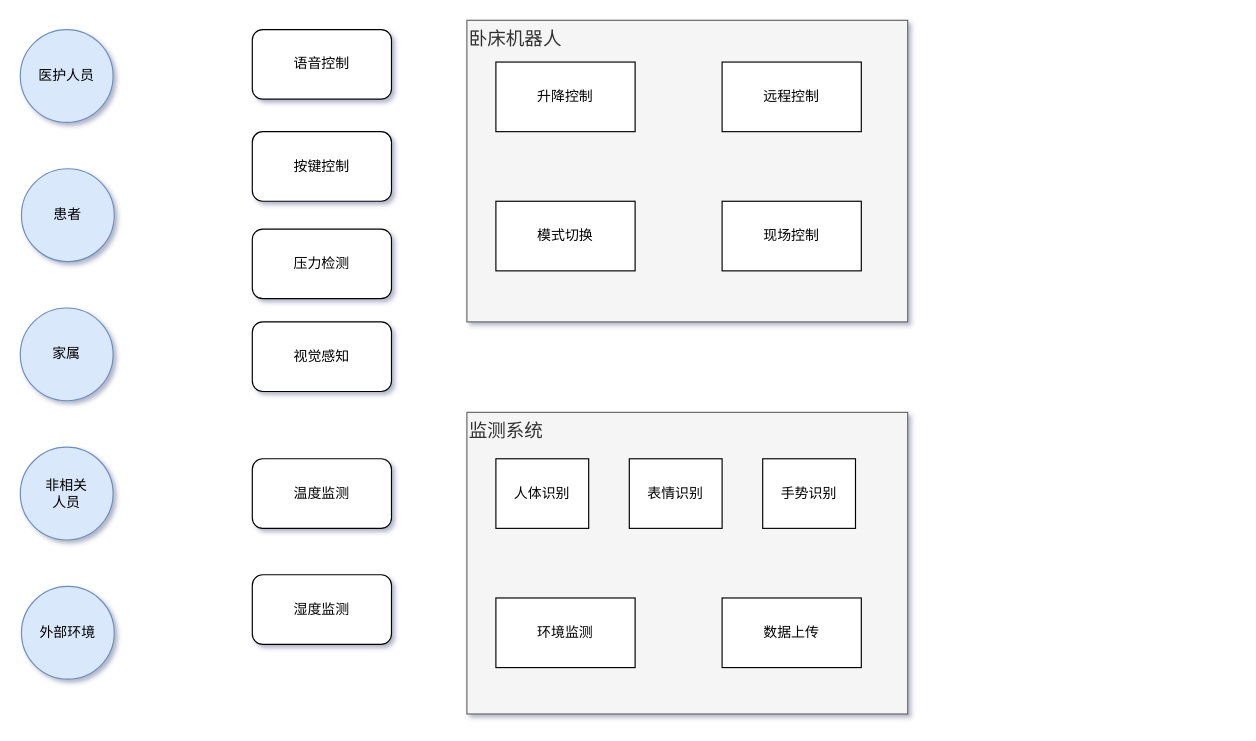
This is 对象关系图.drawio from colinchern/doodle, a draw.io file, before an edit. Source tidied: cells renumbered, new cells numbered last; positions are measured from the earlier drawing's top-left corner, leaving out a move shared by most shapes. Both pictures are drawn from the tidied source at 116%, with x=0, y=0 at pixel (20, 20).
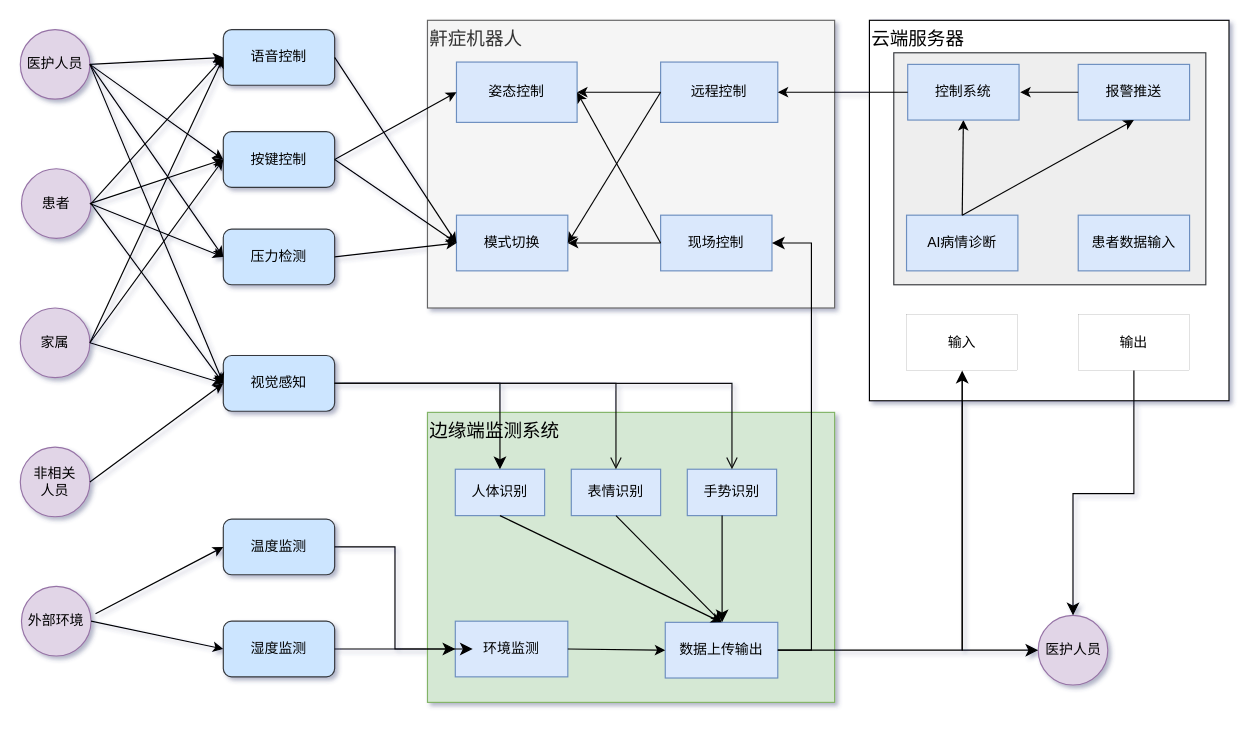
The same page after the edit.

Commit message:
更新对象关系图.drawio

The edit, as a diff of the source:
```diff
@@
+    <mxCell id="24" value="&lt;font style=&quot;font-size: 16px;&quot;&gt;云端服务器&lt;/font&gt;" style="rounded=0;whiteSpace=wrap;html=1;align=left;verticalAlign=top;" parent="1" vertex="1">
+      <mxGeometry x="732" width="310" height="328" as="geometry" />
+    </mxCell>
+    <mxCell id="25" style="rounded=0;whiteSpace=wrap;html=1;align=left;verticalAlign=top;fillColor=#eeeeee;strokeColor=#36393d;" parent="1" vertex="1">
+      <mxGeometry x="753" y="28" width="269" height="200" as="geometry" />
+    </mxCell>
-    <mxCell id="2" value="&lt;font style=&quot;font-size: 16px;&quot;&gt;监测系统&lt;/font&gt;" style="rounded=0;whiteSpace=wrap;html=1;fillColor=#f5f5f5;fontColor=#333333;strokeColor=#666666;align=left;verticalAlign=top;" parent="1" vertex="1">
-      <mxGeometry x="385" y="338" width="380" height="260" as="geometry" />
+    <mxCell id="2" value="&lt;font style=&quot;font-size: 16px;&quot;&gt;边缘端监测系统&lt;/font&gt;" style="rounded=0;whiteSpace=wrap;html=1;fillColor=#d5e8d4;strokeColor=#82b366;align=left;verticalAlign=top;" parent="1" vertex="1">
+      <mxGeometry x="351" y="338" width="351" height="250" as="geometry" />
     </mxCell>
-    <mxCell id="3" value="&lt;font style=&quot;font-size: 16px;&quot;&gt;卧床机器人&lt;/font&gt;" style="rounded=0;whiteSpace=wrap;html=1;fillColor=#f5f5f5;fontColor=#333333;strokeColor=#666666;align=left;verticalAlign=top;" parent="1" vertex="1">
-      <mxGeometry x="385" width="380" height="260" as="geometry" />
+    <mxCell id="3" value="&lt;font style=&quot;font-size: 16px;&quot;&gt;鼾症机器人&lt;/font&gt;" style="rounded=0;whiteSpace=wrap;html=1;fillColor=#f5f5f5;fontColor=#333333;strokeColor=#666666;align=left;verticalAlign=top;" parent="1" vertex="1">
+      <mxGeometry x="351" width="351" height="248" as="geometry" />
     </mxCell>
-    <mxCell id="4" value="医护人员" style="ellipse;whiteSpace=wrap;html=1;fillColor=#dae8fc;strokeColor=#6c8ebf;" parent="1" vertex="1">
-      <mxGeometry y="8" width="80" height="80" as="geometry" />
+    <mxCell id="4" value="医护人员" style="ellipse;whiteSpace=wrap;html=1;fillColor=#e1d5e7;strokeColor=#9673a6;" parent="1" vertex="1">
+      <mxGeometry y="8" width="60" height="60" as="geometry" />
     </mxCell>
-    <mxCell id="5" value="家属" style="ellipse;whiteSpace=wrap;html=1;fillColor=#dae8fc;strokeColor=#6c8ebf;" parent="1" vertex="1">
-      <mxGeometry y="248" width="80" height="80" as="geometry" />
+    <mxCell id="5" value="家属" style="ellipse;whiteSpace=wrap;html=1;fillColor=#e1d5e7;strokeColor=#9673a6;" parent="1" vertex="1">
+      <mxGeometry y="248" width="60" height="60" as="geometry" />
     </mxCell>
-    <mxCell id="6" value="患者" style="ellipse;whiteSpace=wrap;html=1;fillColor=#dae8fc;strokeColor=#6c8ebf;" parent="1" vertex="1">
-      <mxGeometry x="1" y="128" width="80" height="80" as="geometry" />
+    <mxCell id="6" value="患者" style="ellipse;whiteSpace=wrap;html=1;fillColor=#e1d5e7;strokeColor=#9673a6;" parent="1" vertex="1">
+      <mxGeometry x="1" y="128" width="60" height="60" as="geometry" />
     </mxCell>
-    <mxCell id="7" value="&lt;div&gt;非相关&lt;/div&gt;&lt;div&gt;人员&lt;/div&gt;" style="ellipse;whiteSpace=wrap;html=1;fillColor=#dae8fc;strokeColor=#6c8ebf;" parent="1" vertex="1">
-      <mxGeometry y="368" width="80" height="80" as="geometry" />
+    <mxCell id="7" value="&lt;div&gt;非相关&lt;/div&gt;&lt;div&gt;人员&lt;/div&gt;" style="ellipse;whiteSpace=wrap;html=1;fillColor=#e1d5e7;strokeColor=#9673a6;" parent="1" vertex="1">
+      <mxGeometry y="368" width="60" height="60" as="geometry" />
     </mxCell>
-    <mxCell id="8" value="外部环境" style="ellipse;whiteSpace=wrap;html=1;fillColor=#dae8fc;strokeColor=#6c8ebf;" parent="1" vertex="1">
-      <mxGeometry x="1" y="488" width="80" height="80" as="geometry" />
+    <mxCell id="8" value="外部环境" style="ellipse;whiteSpace=wrap;html=1;fillColor=#e1d5e7;strokeColor=#9673a6;" parent="1" vertex="1">
+      <mxGeometry x="1" y="488" width="60" height="60" as="geometry" />
     </mxCell>
-    <mxCell id="9" value="语音控制" style="rounded=1;whiteSpace=wrap;html=1;" parent="1" vertex="1">
-      <mxGeometry x="200" y="8" width="120" height="60" as="geometry" />
+    <mxCell id="9" value="语音控制" style="rounded=1;whiteSpace=wrap;html=1;fillColor=#cce5ff;strokeColor=#36393d;" parent="1" vertex="1">
+      <mxGeometry x="175" y="8" width="96" height="48" as="geometry" />
     </mxCell>
-    <mxCell id="10" value="按键控制" style="rounded=1;whiteSpace=wrap;html=1;" parent="1" vertex="1">
-      <mxGeometry x="200" y="96" width="120" height="60" as="geometry" />
+    <mxCell id="10" value="按键控制" style="rounded=1;whiteSpace=wrap;html=1;fillColor=#cce5ff;strokeColor=#36393d;" parent="1" vertex="1">
+      <mxGeometry x="175" y="96" width="96" height="48" as="geometry" />
     </mxCell>
-    <mxCell id="11" value="压力检测" style="rounded=1;whiteSpace=wrap;html=1;" parent="1" vertex="1">
-      <mxGeometry x="200" y="180" width="120" height="60" as="geometry" />
+    <mxCell id="11" value="压力检测" style="rounded=1;whiteSpace=wrap;html=1;fillColor=#cce5ff;strokeColor=#36393d;" parent="1" vertex="1">
+      <mxGeometry x="175" y="180" width="96" height="48" as="geometry" />
     </mxCell>
-    <mxCell id="12" value="&lt;div&gt;视觉感知&lt;/div&gt;" style="rounded=1;whiteSpace=wrap;html=1;" parent="1" vertex="1">
-      <mxGeometry x="200" y="260" width="120" height="60" as="geometry" />
+    <mxCell id="12" value="&lt;div&gt;视觉感知&lt;/div&gt;" style="rounded=1;whiteSpace=wrap;html=1;fillColor=#cce5ff;strokeColor=#36393d;" parent="1" vertex="1">
+      <mxGeometry x="175" y="289" width="96" height="48" as="geometry" />
     </mxCell>
-    <mxCell id="13" value="温度监测" style="rounded=1;whiteSpace=wrap;html=1;" parent="1" vertex="1">
-      <mxGeometry x="200" y="378" width="120" height="60" as="geometry" />
+    <mxCell id="13" value="温度监测" style="rounded=1;whiteSpace=wrap;html=1;fillColor=#cce5ff;strokeColor=#36393d;" parent="1" vertex="1">
+      <mxGeometry x="175" y="430" width="96" height="48" as="geometry" />
     </mxCell>
-    <mxCell id="14" value="湿度监测" style="rounded=1;whiteSpace=wrap;html=1;" parent="1" vertex="1">
-      <mxGeometry x="200" y="478" width="120" height="60" as="geometry" />
+    <mxCell id="14" value="湿度监测" style="rounded=1;whiteSpace=wrap;html=1;fillColor=#cce5ff;strokeColor=#36393d;" parent="1" vertex="1">
+      <mxGeometry x="175" y="518" width="96" height="48" as="geometry" />
     </mxCell>
-    <mxCell id="15" value="升降控制" style="rounded=0;whiteSpace=wrap;html=1;" parent="1" vertex="1">
-      <mxGeometry x="410" y="36" width="120" height="60" as="geometry" />
+    <mxCell id="15" value="姿态控制" style="rounded=0;whiteSpace=wrap;html=1;fillColor=#dae8fc;strokeColor=#6c8ebf;" parent="1" vertex="1">
+      <mxGeometry x="376" y="36" width="104" height="52" as="geometry" />
     </mxCell>
-    <mxCell id="16" value="远程控制" style="rounded=0;whiteSpace=wrap;html=1;" parent="1" vertex="1">
-      <mxGeometry x="605" y="36" width="120" height="60" as="geometry" />
+    <mxCell id="16" value="远程控制" style="rounded=0;whiteSpace=wrap;html=1;fillColor=#dae8fc;strokeColor=#6c8ebf;" parent="1" vertex="1">
+      <mxGeometry x="552" y="36" width="101" height="52" as="geometry" />
     </mxCell>
-    <mxCell id="17" value="现场控制" style="rounded=0;whiteSpace=wrap;html=1;" parent="1" vertex="1">
-      <mxGeometry x="605" y="156" width="120" height="60" as="geometry" />
+    <mxCell id="17" value="现场控制" style="rounded=0;whiteSpace=wrap;html=1;fillColor=#dae8fc;strokeColor=#6c8ebf;" parent="1" vertex="1">
+      <mxGeometry x="552" y="168" width="96" height="48" as="geometry" />
     </mxCell>
-    <mxCell id="18" value="模式切换" style="rounded=0;whiteSpace=wrap;html=1;" parent="1" vertex="1">
-      <mxGeometry x="410" y="156" width="120" height="60" as="geometry" />
+    <mxCell id="18" value="模式切换" style="rounded=0;whiteSpace=wrap;html=1;fillColor=#dae8fc;strokeColor=#6c8ebf;" parent="1" vertex="1">
+      <mxGeometry x="376" y="168" width="96" height="48" as="geometry" />
     </mxCell>
-    <mxCell id="19" value="人体识别" style="rounded=0;whiteSpace=wrap;html=1;" parent="1" vertex="1">
-      <mxGeometry x="410" y="378" width="80" height="60" as="geometry" />
+    <mxCell id="19" value="人体识别" style="rounded=0;whiteSpace=wrap;html=1;fillColor=#dae8fc;strokeColor=#6c8ebf;" parent="1" vertex="1">
+      <mxGeometry x="375" y="387" width="77" height="40" as="geometry" />
     </mxCell>
-    <mxCell id="20" value="&lt;div&gt;环境监测&lt;/div&gt;" style="rounded=0;whiteSpace=wrap;html=1;" parent="1" vertex="1">
-      <mxGeometry x="410" y="498" width="120" height="60" as="geometry" />
+    <mxCell id="20" value="&lt;div&gt;环境监测&lt;/div&gt;" style="rounded=0;whiteSpace=wrap;html=1;fillColor=#dae8fc;strokeColor=#6c8ebf;" parent="1" vertex="1">
+      <mxGeometry x="375" y="518" width="97" height="48" as="geometry" />
     </mxCell>
-    <mxCell id="21" value="数据上传" style="rounded=0;whiteSpace=wrap;html=1;" parent="1" vertex="1">
-      <mxGeometry x="605" y="498" width="120" height="60" as="geometry" />
+    <mxCell id="21" value="数据上传输出" style="rounded=0;whiteSpace=wrap;html=1;fillColor=#dae8fc;strokeColor=#6c8ebf;" parent="1" vertex="1">
+      <mxGeometry x="556" y="519" width="97" height="48" as="geometry" />
     </mxCell>
-    <mxCell id="22" value="表情识别" style="rounded=0;whiteSpace=wrap;html=1;" parent="1" vertex="1">
-      <mxGeometry x="525" y="378" width="80" height="60" as="geometry" />
+    <mxCell id="22" value="表情识别" style="rounded=0;whiteSpace=wrap;html=1;fillColor=#dae8fc;strokeColor=#6c8ebf;" parent="1" vertex="1">
+      <mxGeometry x="475" y="387" width="77" height="40" as="geometry" />
     </mxCell>
-    <mxCell id="23" value="手势识别" style="rounded=0;whiteSpace=wrap;html=1;" parent="1" vertex="1">
-      <mxGeometry x="640" y="378" width="80" height="60" as="geometry" />
+    <mxCell id="23" value="手势识别" style="rounded=0;whiteSpace=wrap;html=1;fillColor=#dae8fc;strokeColor=#6c8ebf;" parent="1" vertex="1">
+      <mxGeometry x="575" y="387" width="77" height="40" as="geometry" />
     </mxCell>
+    <mxCell id="26" style="endArrow=classic;html=1;rounded=0;exitX=1;exitY=0.5;exitDx=0;exitDy=0;entryX=0;entryY=0.5;entryDx=0;entryDy=0;" parent="1" edge="1" source="4" target="9">
+      <mxGeometry relative="1" as="geometry" />
+    </mxCell>
+    <mxCell id="27" style="endArrow=classic;html=1;rounded=0;exitX=1;exitY=0.5;exitDx=0;exitDy=0;entryX=0;entryY=0.5;entryDx=0;entryDy=0;" parent="1" edge="1" source="4" target="10">
+      <mxGeometry relative="1" as="geometry" />
+    </mxCell>
+    <mxCell id="28" style="endArrow=classic;html=1;rounded=0;entryX=0;entryY=0.5;entryDx=0;entryDy=0;" parent="1" edge="1" target="11">
+      <mxGeometry relative="1" as="geometry">
+        <mxPoint x="60" y="38" as="sourcePoint" />
+      </mxGeometry>
+    </mxCell>
+    <mxCell id="29" style="endArrow=classic;html=1;rounded=0;entryX=0;entryY=0.5;entryDx=0;entryDy=0;" parent="1" edge="1" target="12">
+      <mxGeometry relative="1" as="geometry">
+        <mxPoint x="60" y="38" as="sourcePoint" />
+      </mxGeometry>
+    </mxCell>
+    <mxCell id="30" style="endArrow=classic;html=1;rounded=0;exitX=1;exitY=0.5;exitDx=0;exitDy=0;entryX=0;entryY=0.5;entryDx=0;entryDy=0;" parent="1" edge="1" source="6" target="9">
+      <mxGeometry relative="1" as="geometry" />
+    </mxCell>
+    <mxCell id="31" style="endArrow=classic;html=1;rounded=0;entryX=0;entryY=0.5;entryDx=0;entryDy=0;" parent="1" edge="1" target="10">
+      <mxGeometry relative="1" as="geometry">
+        <mxPoint x="60" y="158" as="sourcePoint" />
+      </mxGeometry>
+    </mxCell>
+    <mxCell id="32" style="endArrow=classic;html=1;rounded=0;entryX=0;entryY=0.5;entryDx=0;entryDy=0;" parent="1" edge="1" target="11">
+      <mxGeometry relative="1" as="geometry">
+        <mxPoint x="60" y="158" as="sourcePoint" />
+      </mxGeometry>
+    </mxCell>
+    <mxCell id="33" style="endArrow=classic;html=1;rounded=0;exitX=1;exitY=0.5;exitDx=0;exitDy=0;entryX=0;entryY=0.5;entryDx=0;entryDy=0;" parent="1" edge="1" source="6" target="12">
+      <mxGeometry relative="1" as="geometry" />
+    </mxCell>
+    <mxCell id="34" style="endArrow=classic;html=1;rounded=0;exitX=1;exitY=0.5;exitDx=0;exitDy=0;entryX=0;entryY=0.5;entryDx=0;entryDy=0;" parent="1" edge="1" source="5" target="9">
+      <mxGeometry relative="1" as="geometry" />
+    </mxCell>
+    <mxCell id="35" style="endArrow=classic;html=1;rounded=0;entryX=0;entryY=0.5;entryDx=0;entryDy=0;exitX=1;exitY=0.5;exitDx=0;exitDy=0;" parent="1" edge="1" source="5" target="10">
+      <mxGeometry relative="1" as="geometry" />
+    </mxCell>
+    <mxCell id="36" style="endArrow=classic;html=1;rounded=0;exitX=1;exitY=0.5;exitDx=0;exitDy=0;entryX=0;entryY=0.5;entryDx=0;entryDy=0;" parent="1" edge="1" source="5" target="12">
+      <mxGeometry relative="1" as="geometry" />
+    </mxCell>
+    <mxCell id="37" style="endArrow=classic;html=1;rounded=0;exitX=1;exitY=0.5;exitDx=0;exitDy=0;entryX=0;entryY=0.5;entryDx=0;entryDy=0;" parent="1" edge="1" source="7" target="12">
+      <mxGeometry relative="1" as="geometry" />
+    </mxCell>
+    <mxCell id="38" style="endArrow=classic;html=1;rounded=0;exitX=1.064;exitY=0.393;exitDx=0;exitDy=0;entryX=0;entryY=0.5;entryDx=0;entryDy=0;exitPerimeter=0;" parent="1" edge="1" source="8" target="13">
+      <mxGeometry relative="1" as="geometry" />
+    </mxCell>
+    <mxCell id="39" style="endArrow=classic;html=1;rounded=0;entryX=0;entryY=0.5;entryDx=0;entryDy=0;exitX=1;exitY=0.5;exitDx=0;exitDy=0;" parent="1" edge="1" source="8" target="14">
+      <mxGeometry relative="1" as="geometry" />
+    </mxCell>
+    <mxCell id="40" style="endArrow=classic;html=1;rounded=0;exitX=1;exitY=0.5;exitDx=0;exitDy=0;entryX=0;entryY=0.5;entryDx=0;entryDy=0;" parent="1" edge="1" source="9" target="18">
+      <mxGeometry relative="1" as="geometry" />
+    </mxCell>
+    <mxCell id="41" style="endArrow=classic;html=1;rounded=0;entryX=0;entryY=0.5;entryDx=0;entryDy=0;exitX=1;exitY=0.5;exitDx=0;exitDy=0;" parent="1" edge="1" source="10" target="15">
+      <mxGeometry relative="1" as="geometry" />
+    </mxCell>
+    <mxCell id="42" style="endArrow=classic;html=1;rounded=0;entryX=0;entryY=0.5;entryDx=0;entryDy=0;exitX=1;exitY=0.5;exitDx=0;exitDy=0;" parent="1" edge="1" source="10" target="18">
+      <mxGeometry relative="1" as="geometry" />
+    </mxCell>
+    <mxCell id="43" style="endArrow=classic;html=1;rounded=0;exitX=1;exitY=0.5;exitDx=0;exitDy=0;entryX=0;entryY=0.5;entryDx=0;entryDy=0;" parent="1" edge="1" source="11" target="18">
+      <mxGeometry relative="1" as="geometry" />
+    </mxCell>
+    <mxCell id="44" style="endArrow=classic;html=1;rounded=0;entryX=1;entryY=0.5;entryDx=0;entryDy=0;exitX=0;exitY=0.5;exitDx=0;exitDy=0;" parent="1" edge="1" source="16" target="15">
+      <mxGeometry relative="1" as="geometry" />
+    </mxCell>
+    <mxCell id="45" style="endArrow=classic;html=1;rounded=0;entryX=1;entryY=0.5;entryDx=0;entryDy=0;exitX=0;exitY=0.5;exitDx=0;exitDy=0;" parent="1" edge="1" source="16" target="18">
+      <mxGeometry relative="1" as="geometry" />
+    </mxCell>
+    <mxCell id="46" style="endArrow=classic;html=1;rounded=0;entryX=1;entryY=0.5;entryDx=0;entryDy=0;exitX=0;exitY=0.5;exitDx=0;exitDy=0;" parent="1" edge="1" source="17" target="15">
+      <mxGeometry relative="1" as="geometry" />
+    </mxCell>
+    <mxCell id="47" style="endArrow=classic;html=1;rounded=0;entryX=1;entryY=0.5;entryDx=0;entryDy=0;exitX=0;exitY=0.5;exitDx=0;exitDy=0;" parent="1" edge="1" source="17" target="18">
+      <mxGeometry relative="1" as="geometry" />
+    </mxCell>
+    <mxCell id="48" style="edgeStyle=elbowEdgeStyle;elbow=horizontal;endArrow=classic;html=1;curved=0;rounded=0;endSize=8;startSize=8;" parent="1" edge="1" source="13" target="20">
+      <mxGeometry relative="1" as="geometry" />
+    </mxCell>
+    <mxCell id="49" style="edgeStyle=segmentEdgeStyle;endArrow=classic;html=1;curved=0;rounded=0;endSize=8;startSize=8;exitX=1;exitY=0.5;exitDx=0;exitDy=0;entryX=0.5;entryY=0;entryDx=0;entryDy=0;" parent="1" edge="1" source="12" target="19">
+      <mxGeometry relative="1" as="geometry" />
+    </mxCell>
+    <mxCell id="50" style="edgeStyle=orthogonalEdgeStyle;html=1;verticalAlign=bottom;endArrow=open;endSize=8;strokeColor=#0A0A0A;rounded=0;entryX=0.5;entryY=0;entryDx=0;entryDy=0;exitX=1;exitY=0.5;exitDx=0;exitDy=0;" parent="1" edge="1" source="12" target="22">
+      <mxGeometry relative="1" as="geometry" />
+    </mxCell>
+    <mxCell id="51" style="edgeStyle=orthogonalEdgeStyle;html=1;verticalAlign=bottom;endArrow=open;endSize=8;strokeColor=#0A0A0A;rounded=0;entryX=0.5;entryY=0;entryDx=0;entryDy=0;exitX=1;exitY=0.5;exitDx=0;exitDy=0;" parent="1" edge="1" source="12" target="23">
+      <mxGeometry relative="1" as="geometry" />
+    </mxCell>
+    <mxCell id="52" style="edgeStyle=elbowEdgeStyle;elbow=horizontal;endArrow=classic;html=1;curved=0;rounded=0;endSize=8;startSize=8;entryX=0.5;entryY=0;entryDx=0;entryDy=0;" parent="1" edge="1" source="23" target="21">
+      <mxGeometry relative="1" as="geometry" />
+    </mxCell>
+    <mxCell id="53" style="edgeStyle=elbowEdgeStyle;elbow=horizontal;endArrow=classic;html=1;curved=0;rounded=0;endSize=8;startSize=8;exitX=1;exitY=0.5;exitDx=0;exitDy=0;" parent="1" edge="1" source="14">
+      <mxGeometry relative="1" as="geometry">
+        <mxPoint x="390" y="542" as="targetPoint" />
+      </mxGeometry>
+    </mxCell>
+    <mxCell id="54" style="endArrow=classic;html=1;rounded=0;exitX=0.5;exitY=1;exitDx=0;exitDy=0;entryX=0.5;entryY=0;entryDx=0;entryDy=0;" parent="1" edge="1" source="19" target="21">
+      <mxGeometry relative="1" as="geometry" />
+    </mxCell>
+    <mxCell id="55" style="endArrow=classic;html=1;rounded=0;exitX=0.5;exitY=1;exitDx=0;exitDy=0;entryX=0.5;entryY=0;entryDx=0;entryDy=0;" parent="1" edge="1" source="22" target="21">
+      <mxGeometry relative="1" as="geometry" />
+    </mxCell>
+    <mxCell id="56" style="endArrow=classic;html=1;rounded=0;exitX=1;exitY=0.5;exitDx=0;exitDy=0;entryX=0;entryY=0.5;entryDx=0;entryDy=0;" parent="1" edge="1" source="20" target="21">
+      <mxGeometry relative="1" as="geometry" />
+    </mxCell>
+    <mxCell id="57" style="edgeStyle=elbowEdgeStyle;elbow=horizontal;endArrow=classic;html=1;curved=0;rounded=0;endSize=8;startSize=8;exitX=1;exitY=0.5;exitDx=0;exitDy=0;entryX=1;entryY=0.5;entryDx=0;entryDy=0;" parent="1" edge="1" source="21" target="17">
+      <mxGeometry relative="1" as="geometry">
+        <Array as="points">
+          <mxPoint x="682" y="368" />
+        </Array>
+      </mxGeometry>
+    </mxCell>
+    <mxCell id="58" value="AI病情诊断" style="rounded=0;whiteSpace=wrap;html=1;fillColor=#dae8fc;strokeColor=#6c8ebf;" parent="1" vertex="1">
+      <mxGeometry x="764" y="168" width="96" height="48" as="geometry" />
+    </mxCell>
+    <mxCell id="59" value="医护人员" style="ellipse;whiteSpace=wrap;html=1;fillColor=#e1d5e7;strokeColor=#9673a6;" parent="1" vertex="1">
+      <mxGeometry x="877.5" y="513" width="60" height="60" as="geometry" />
+    </mxCell>
+    <mxCell id="60" style="endArrow=classic;html=1;rounded=0;exitX=0.5;exitY=0;exitDx=0;exitDy=0;entryX=0.5;entryY=1;entryDx=0;entryDy=0;" parent="1" edge="1" source="58" target="61">
+      <mxGeometry relative="1" as="geometry" />
+    </mxCell>
+    <mxCell id="61" value="控制系统" style="rounded=0;whiteSpace=wrap;html=1;fillColor=#dae8fc;strokeColor=#6c8ebf;" parent="1" vertex="1">
+      <mxGeometry x="765" y="38" width="96" height="48" as="geometry" />
+    </mxCell>
+    <mxCell id="62" value="报警推送" style="rounded=0;whiteSpace=wrap;html=1;fillColor=#dae8fc;strokeColor=#6c8ebf;" parent="1" vertex="1">
+      <mxGeometry x="912" y="38" width="96" height="48" as="geometry" />
+    </mxCell>
+    <mxCell id="63" value="患者数据输入" style="rounded=0;whiteSpace=wrap;html=1;fillColor=#dae8fc;strokeColor=#6c8ebf;" parent="1" vertex="1">
+      <mxGeometry x="912" y="168" width="96" height="48" as="geometry" />
+    </mxCell>
+    <mxCell id="64" value="输入" style="rounded=0;whiteSpace=wrap;html=1;strokeWidth=0;" parent="1" vertex="1">
+      <mxGeometry x="764" y="254" width="96" height="48" as="geometry" />
+    </mxCell>
+    <mxCell id="65" value="输出" style="rounded=0;whiteSpace=wrap;html=1;strokeWidth=0;" parent="1" vertex="1">
+      <mxGeometry x="912" y="254" width="96" height="48" as="geometry" />
+    </mxCell>
+    <mxCell id="66" style="edgeStyle=elbowEdgeStyle;elbow=vertical;endArrow=classic;html=1;curved=0;rounded=0;endSize=8;startSize=8;exitX=0.5;exitY=1;exitDx=0;exitDy=0;entryX=0.5;entryY=0;entryDx=0;entryDy=0;" parent="1" edge="1" source="65" target="59">
+      <mxGeometry relative="1" as="geometry" />
+    </mxCell>
+    <mxCell id="67" style="endArrow=classic;html=1;rounded=0;exitX=0;exitY=0.5;exitDx=0;exitDy=0;entryX=1;entryY=0.5;entryDx=0;entryDy=0;" parent="1" edge="1" source="61" target="16">
+      <mxGeometry relative="1" as="geometry" />
+    </mxCell>
+    <mxCell id="68" style="endArrow=classic;html=1;rounded=0;exitX=0;exitY=0.5;exitDx=0;exitDy=0;" parent="1" edge="1" source="62">
+      <mxGeometry relative="1" as="geometry">
+        <mxPoint x="862" y="62" as="targetPoint" />
+      </mxGeometry>
+    </mxCell>
+    <mxCell id="69" style="edgeStyle=elbowEdgeStyle;elbow=horizontal;endArrow=classic;html=1;curved=0;rounded=0;endSize=8;startSize=8;exitX=1;exitY=0.5;exitDx=0;exitDy=0;entryX=0.5;entryY=1;entryDx=0;entryDy=0;" parent="1" edge="1" source="21" target="64">
+      <mxGeometry relative="1" as="geometry">
+        <Array as="points">
+          <mxPoint x="812" y="438" />
+        </Array>
+      </mxGeometry>
+    </mxCell>
+    <mxCell id="70" style="edgeStyle=segmentEdgeStyle;endArrow=classic;html=1;curved=0;rounded=0;endSize=8;startSize=8;entryX=0;entryY=0.5;entryDx=0;entryDy=0;" parent="1" edge="1" target="59">
+      <mxGeometry relative="1" as="geometry">
+        <mxPoint x="812" y="308" as="sourcePoint" />
+        <Array as="points">
+          <mxPoint x="812" y="543" />
+        </Array>
+      </mxGeometry>
+    </mxCell>
+    <mxCell id="71" style="endArrow=classic;html=1;rounded=0;exitX=0.5;exitY=0;exitDx=0;exitDy=0;entryX=0.5;entryY=1;entryDx=0;entryDy=0;" parent="1" edge="1" source="58" target="62">
+      <mxGeometry relative="1" as="geometry" />
+    </mxCell>
```
